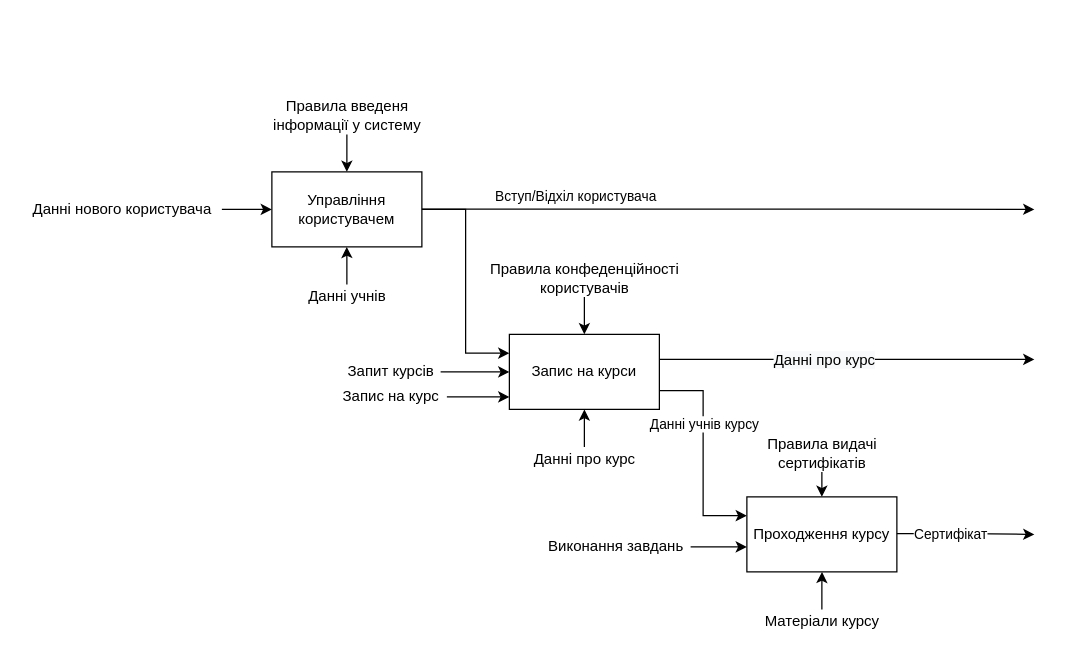
SlayVic/Charts keeps this draw.io diagram as page "SADT-0" (8 of 10) of Study-system.drawio. Above is the earlier version. Source tidied: cells renumbered, new cells numbered last; positions are measured from the earlier drawing's top-left corner, leaving out a move shared by most shapes. Both pictures are drawn from the tidied source at 125%, with x=0, y=0 at pixel (21, 96).
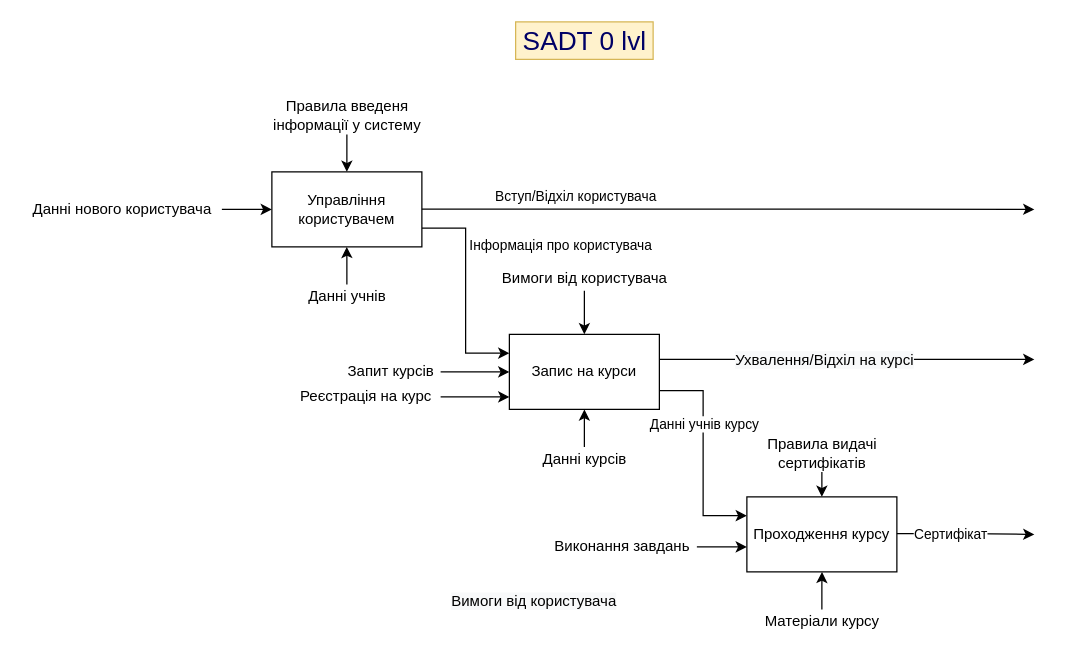
After the change.

The change refers to these unchanged cells:
```xml
<mxCell id="3" value="Управління користувачем" style="rounded=0;whiteSpace=wrap;html=1;" parent="1" vertex="1">
  <mxGeometry x="200" y="60" width="120" height="60" as="geometry" />
</mxCell>
<mxCell id="6" value="Запис на курси" style="rounded=0;whiteSpace=wrap;html=1;" parent="1" vertex="1">
  <mxGeometry x="390" y="190" width="120" height="60" as="geometry" />
</mxCell>
<mxCell id="10" style="edgeStyle=orthogonalEdgeStyle;rounded=0;orthogonalLoop=1;jettySize=auto;html=1;exitX=1;exitY=0.5;exitDx=0;exitDy=0;" parent="1" edge="1">
  <mxGeometry relative="1" as="geometry">
    <mxPoint x="510" y="210" as="sourcePoint" />
    <mxPoint x="810" y="210" as="targetPoint" />
    <Array as="points">
      <mxPoint x="650" y="210.3" />
      <mxPoint x="650" y="210.3" />
    </Array>
  </mxGeometry>
</mxCell>
```

Change to the diagram source:
```diff
@@
-    <mxCell id="2" style="edgeStyle=orthogonalEdgeStyle;rounded=0;jettySize=auto;html=1;exitX=1;exitY=0.5;exitDx=0;exitDy=0;entryX=0;entryY=0.25;entryDx=0;entryDy=0;" parent="1" edge="1" source="3" target="6">
+    <mxCell id="2" style="edgeStyle=orthogonalEdgeStyle;rounded=0;jettySize=auto;html=1;exitX=1;exitY=0.75;exitDx=0;exitDy=0;entryX=0;entryY=0.25;entryDx=0;entryDy=0;" parent="1" edge="1" source="3" target="6">
       <mxGeometry relative="1" as="geometry" />
     </mxCell>
+    <mxCell id="34" value="Інформація про користувача" style="edgeLabel;html=1;align=center;verticalAlign=middle;" parent="2" vertex="1">
+      <mxGeometry x="-0.44" y="1" relative="1" as="geometry">
+        <mxPoint x="74" as="offset" />
+      </mxGeometry>
+    </mxCell>
@@
-    <mxCell id="11" value="&lt;span style=&quot;font-size: 12px; background-color: rgb(248, 249, 250);&quot;&gt;Данні про курс&lt;/span&gt;" style="edgeLabel;html=1;align=center;verticalAlign=middle;" parent="10" vertex="1">
+    <mxCell id="11" value="&lt;span style=&quot;font-size: 12px; background-color: rgb(248, 249, 250);&quot;&gt;Ухвалення/Відхіл на курсі&lt;/span&gt;" style="edgeLabel;html=1;align=center;verticalAlign=middle;" parent="10" vertex="1">
       <mxGeometry x="-0.31" y="1" relative="1" as="geometry">
         <mxPoint x="28" y="1" as="offset" />
       </mxGeometry>
     </mxCell>
@@
-    <mxCell id="15" value="Данні про курс" style="text;html=1;align=center;verticalAlign=middle;points=[];strokeColor=none;fillColor=none;" parent="1" vertex="1">
-      <mxGeometry x="400" y="280" width="100" height="20" as="geometry" />
+    <mxCell id="15" value="Данні курсів" style="text;html=1;align=center;verticalAlign=middle;points=[];strokeColor=none;fillColor=none;" parent="1" vertex="1">
+      <mxGeometry x="410" y="280" width="80" height="20" as="geometry" />
     </mxCell>
@@
-    <mxCell id="21" value="&lt;span style=&quot;background-color: rgb(255, 255, 255);&quot;&gt;Правила конфеденційності &lt;br&gt;користувачів&lt;/span&gt;" style="text;html=1;align=center;verticalAlign=middle;points=[];strokeColor=none;fillColor=none;" parent="1" vertex="1">
-      <mxGeometry x="365" y="130" width="170" height="30" as="geometry" />
+    <mxCell id="21" value="Вимоги від користувача" style="text;html=1;align=center;verticalAlign=middle;points=[];strokeColor=none;fillColor=none;" parent="1" vertex="1">
+      <mxGeometry x="375" y="135" width="150" height="20" as="geometry" />
     </mxCell>
@@
-    <mxCell id="31" value="Запис на курс" style="text;html=1;align=center;verticalAlign=middle;points=[];strokeColor=none;fillColor=none;" parent="1" vertex="1">
-      <mxGeometry x="250" y="230" width="90" height="20" as="geometry" />
+    <mxCell id="31" value="Реєстрація на курс" style="text;html=1;align=center;verticalAlign=middle;points=[];strokeColor=none;fillColor=none;" parent="1" vertex="1">
+      <mxGeometry x="215" y="230" width="120" height="20" as="geometry" />
     </mxCell>
@@
     <mxCell id="33" value="Виконання завдань" style="text;html=1;align=center;verticalAlign=middle;points=[];strokeColor=none;fillColor=none;" parent="1" vertex="1">
-      <mxGeometry x="415" y="350" width="120" height="20" as="geometry" />
+      <mxGeometry x="420" y="350" width="120" height="20" as="geometry" />
     </mxCell>
+    <mxCell id="35" value="&lt;span style=&quot;color: rgb(0, 0, 0); font-family: Helvetica; font-size: 12px; font-style: normal; font-variant-ligatures: normal; font-variant-caps: normal; font-weight: 400; letter-spacing: normal; orphans: 2; text-indent: 0px; text-transform: none; widows: 2; word-spacing: 0px; -webkit-text-stroke-width: 0px; background-color: rgb(248, 249, 250); text-decoration-thickness: initial; text-decoration-style: initial; text-decoration-color: initial; float: none; display: inline !important;&quot;&gt;Вимоги від користувача&lt;/span&gt;" style="text;whiteSpace=wrap;html=1;align=center;" parent="1" vertex="1">
+      <mxGeometry x="330" y="390" width="160" height="30" as="geometry" />
+    </mxCell>
+    <mxCell id="36" value="SADT 0 lvl" style="text;html=1;align=center;verticalAlign=middle;strokeColor=#d6b656;fillColor=#fff2cc;fontSize=21;fontColor=#000066;" parent="1" vertex="1">
+      <mxGeometry x="395" y="-60" width="110" height="30" as="geometry" />
+    </mxCell>
```
